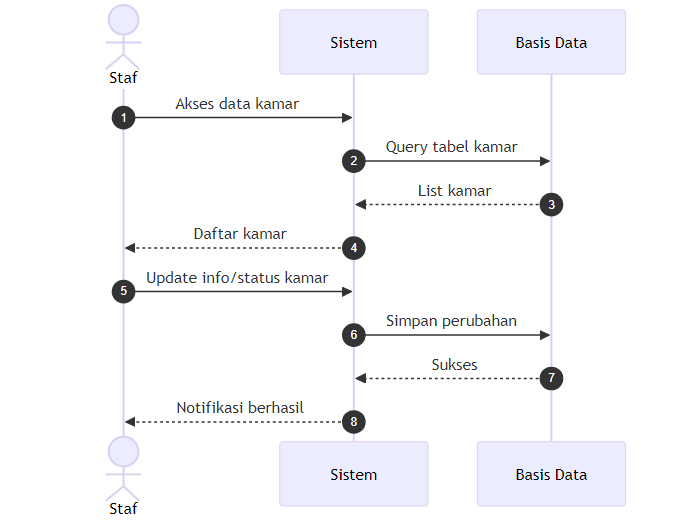
ahmadyasser72/tem-2 keeps this Mermaid diagram as docs/diagrams/3_sequence_diagram_manajemen_kamar.png. Above is the earlier version. Its source is kept beside it as docs/diagrams/3_sequence_diagram_manajemen_kamar.mmd. The source it was exported from:
```mermaid
sequenceDiagram
    autonumber
    actor Staf
    participant Sistem
    participant Basis Data

    Staf->>Sistem: Akses data kamar
    Sistem->>Basis Data: Query tabel kamar
    Basis Data-->>Sistem: List kamar
    Sistem-->>Staf: Daftar kamar

    Staf->>Sistem: Update info/status kamar
    Sistem->>Basis Data: Simpan perubahan
    Basis Data-->>Sistem: Sukses
    Sistem-->>Staf: Notifikasi berhasil
```
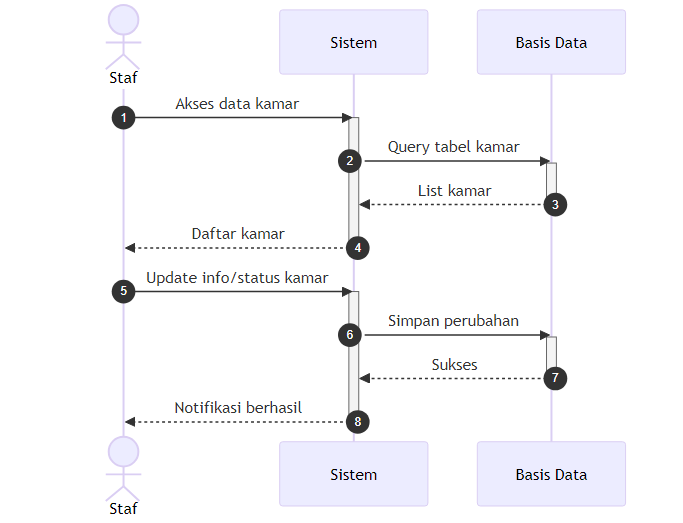
The same file after the commit.

The edit, as a diff of the source:
```diff
@@ -5,11 +5,19 @@
     participant Basis Data
 
     Staf->>Sistem: Akses data kamar
+    activate Sistem
     Sistem->>Basis Data: Query tabel kamar
+    activate Basis Data
     Basis Data-->>Sistem: List kamar
+    deactivate Basis Data
     Sistem-->>Staf: Daftar kamar
+    deactivate Sistem
 
     Staf->>Sistem: Update info/status kamar
+    activate Sistem
     Sistem->>Basis Data: Simpan perubahan
+    activate Basis Data
     Basis Data-->>Sistem: Sukses
+    deactivate Basis Data
     Sistem-->>Staf: Notifikasi berhasil
+    deactivate Sistem
```
